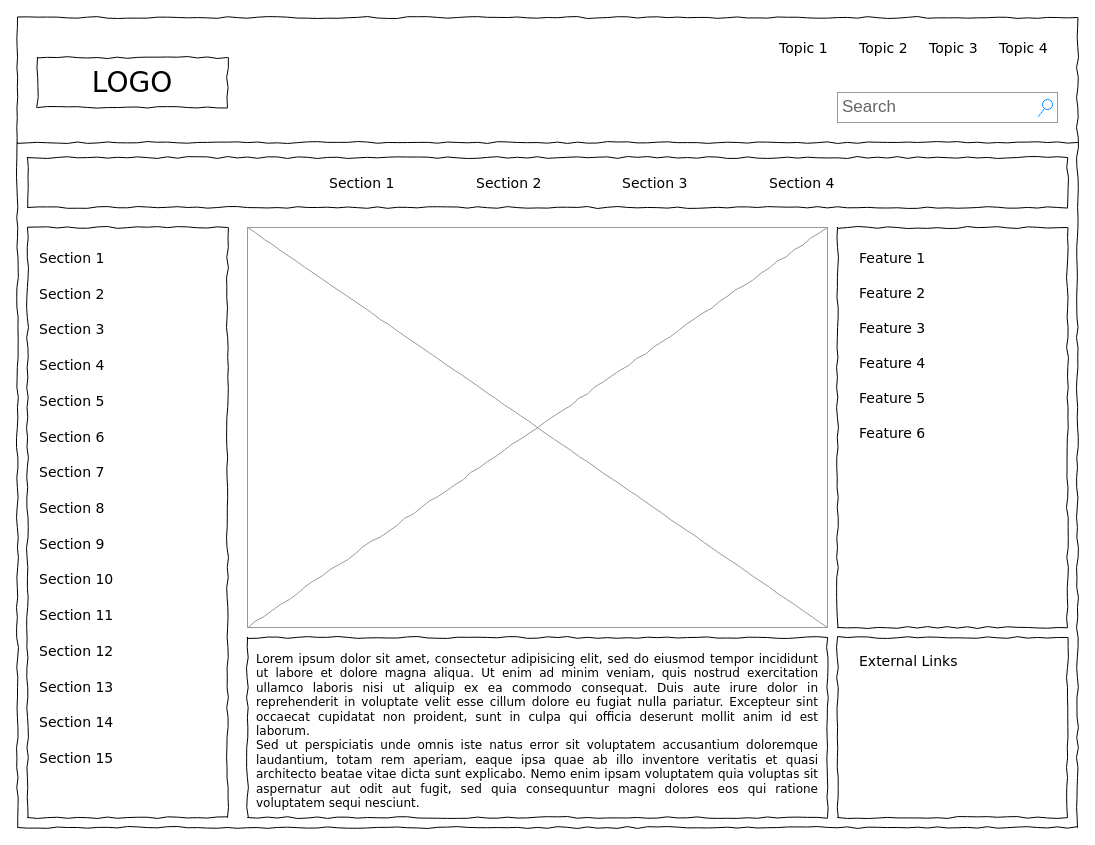
Before: vizytka_liv.drawio in ivanlokh/vizytka_liv, a draw.io diagram. Source tidied: cells renumbered, new cells numbered last; positions are measured from the earlier drawing's top-left corner, leaving out a move shared by most shapes. Both pictures are drawn from the tidied source at 100%, with x=0, y=0 at pixel (17, 17).
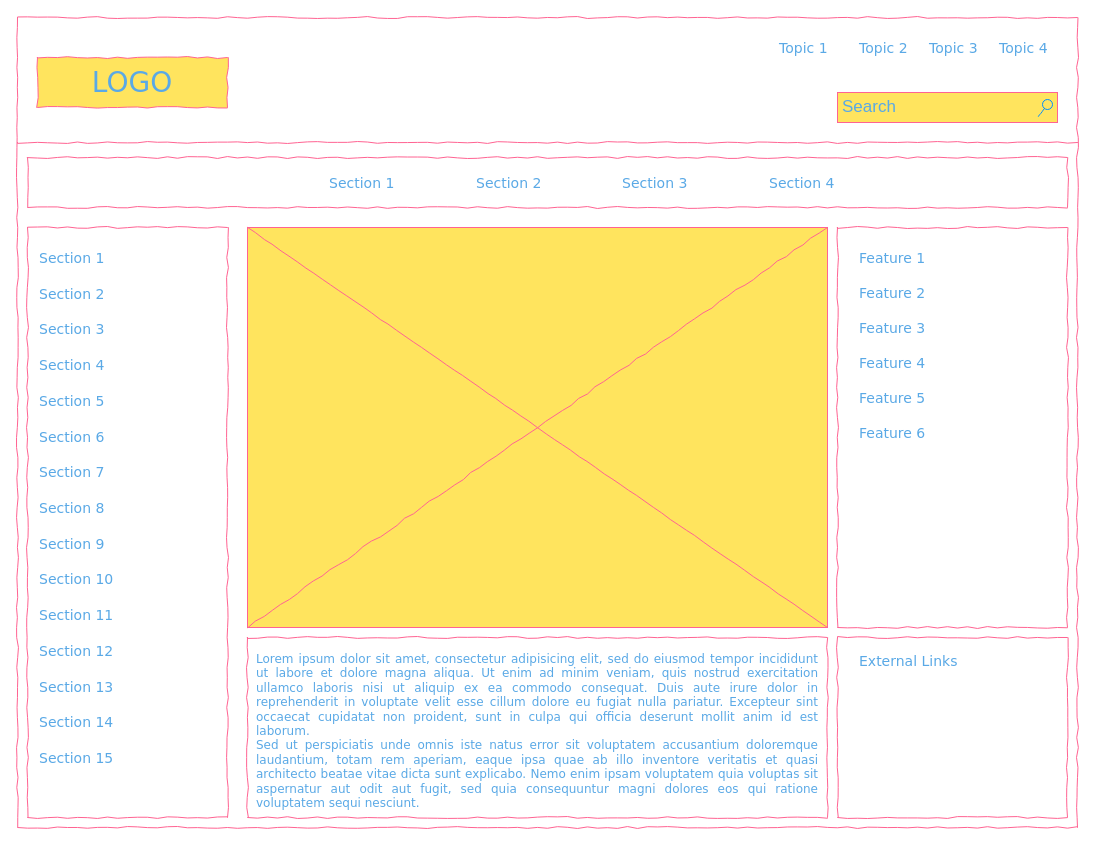
The same diagram, later.

Diff of the diagram source:
```diff
@@
-    <mxCell id="2" style="whiteSpace=wrap;html=1;rounded=0;shadow=0;labelBackgroundColor=none;strokeColor=#000000;strokeWidth=1;fillColor=none;fontFamily=Verdana;fontSize=12;fontColor=#000000;align=center;comic=1;" parent="1" vertex="1">
+    <mxCell id="2" style="whiteSpace=wrap;html=1;rounded=0;shadow=0;labelBackgroundColor=none;strokeColor=#FF6392;strokeWidth=1;fillColor=none;fontFamily=Verdana;fontSize=12;fontColor=#5AA9E6;align=center;comic=1;" parent="1" vertex="1">
       <mxGeometry width="1060" height="810" as="geometry" />
     </mxCell>
-    <mxCell id="3" value="LOGO" style="whiteSpace=wrap;html=1;rounded=0;shadow=0;labelBackgroundColor=none;strokeWidth=1;fontFamily=Verdana;fontSize=28;align=center;comic=1;" parent="1" vertex="1">
+    <mxCell id="3" value="LOGO" style="whiteSpace=wrap;html=1;rounded=0;shadow=0;labelBackgroundColor=none;strokeWidth=1;fontFamily=Verdana;fontSize=28;align=center;comic=1;fillColor=#FFE45E;strokeColor=#FF6392;fontColor=#5AA9E6;" parent="1" vertex="1">
       <mxGeometry x="20" y="40" width="190" height="50" as="geometry" />
     </mxCell>
-    <mxCell id="4" value="Search" style="strokeWidth=1;shadow=0;dashed=0;align=center;html=1;shape=mxgraph.mockup.forms.searchBox;strokeColor=#999999;mainText=;strokeColor2=#008cff;fontColor=#666666;fontSize=17;align=left;spacingLeft=3;rounded=0;labelBackgroundColor=none;comic=1;" parent="1" vertex="1">
+    <mxCell id="4" value="Search" style="strokeWidth=1;shadow=0;dashed=0;align=center;html=1;shape=mxgraph.mockup.forms.searchBox;strokeColor=#FF6392;mainText=;strokeColor2=#008cff;fontColor=#5AA9E6;fontSize=17;align=left;spacingLeft=3;rounded=0;labelBackgroundColor=none;comic=1;fillColor=#FFE45E;" parent="1" vertex="1">
       <mxGeometry x="820" y="75" width="220" height="30" as="geometry" />
     </mxCell>
-    <mxCell id="5" value="Topic 1" style="text;html=1;align=left;verticalAlign=top;spacingTop=-4;fontSize=14;fontFamily=Verdana;" parent="1" vertex="1">
+    <mxCell id="5" value="Topic 1" style="text;html=1;align=left;verticalAlign=top;spacingTop=-4;fontSize=14;fontFamily=Verdana;labelBackgroundColor=none;fontColor=#5AA9E6;" parent="1" vertex="1">
       <mxGeometry x="760" y="20" width="60" height="20" as="geometry" />
     </mxCell>
-    <mxCell id="6" value="Topic 2" style="text;html=1;align=left;verticalAlign=top;spacingTop=-4;fontSize=14;fontFamily=Verdana;" parent="1" vertex="1">
+    <mxCell id="6" value="Topic 2" style="text;html=1;align=left;verticalAlign=top;spacingTop=-4;fontSize=14;fontFamily=Verdana;labelBackgroundColor=none;fontColor=#5AA9E6;" parent="1" vertex="1">
       <mxGeometry x="840" y="20" width="60" height="20" as="geometry" />
     </mxCell>
-    <mxCell id="7" value="Topic 3" style="text;html=1;align=left;verticalAlign=top;spacingTop=-4;fontSize=14;fontFamily=Verdana;" parent="1" vertex="1">
+    <mxCell id="7" value="Topic 3" style="text;html=1;align=left;verticalAlign=top;spacingTop=-4;fontSize=14;fontFamily=Verdana;labelBackgroundColor=none;fontColor=#5AA9E6;" parent="1" vertex="1">
       <mxGeometry x="910" y="20" width="60" height="20" as="geometry" />
     </mxCell>
-    <mxCell id="8" value="Topic 4" style="text;html=1;align=left;verticalAlign=top;spacingTop=-4;fontSize=14;fontFamily=Verdana;" parent="1" vertex="1">
+    <mxCell id="8" value="Topic 4" style="text;html=1;align=left;verticalAlign=top;spacingTop=-4;fontSize=14;fontFamily=Verdana;labelBackgroundColor=none;fontColor=#5AA9E6;" parent="1" vertex="1">
       <mxGeometry x="980" y="20" width="60" height="20" as="geometry" />
     </mxCell>
-    <mxCell id="9" style="whiteSpace=wrap;html=1;rounded=0;shadow=0;labelBackgroundColor=none;strokeWidth=1;fillColor=none;fontFamily=Verdana;fontSize=12;align=center;comic=1;" parent="1" vertex="1">
+    <mxCell id="9" style="whiteSpace=wrap;html=1;rounded=0;shadow=0;labelBackgroundColor=none;strokeWidth=1;fillColor=none;fontFamily=Verdana;fontSize=12;align=center;comic=1;strokeColor=#FF6392;fontColor=#5AA9E6;" parent="1" vertex="1">
       <mxGeometry x="10" y="210" width="200" height="590" as="geometry" />
     </mxCell>
-    <mxCell id="10" style="line;strokeWidth=1;html=1;rounded=0;shadow=0;labelBackgroundColor=none;fillColor=none;fontFamily=Verdana;fontSize=14;fontColor=#000000;align=center;comic=1;" parent="1" vertex="1">
+    <mxCell id="10" style="line;strokeWidth=1;html=1;rounded=0;shadow=0;labelBackgroundColor=none;fillColor=none;fontFamily=Verdana;fontSize=14;fontColor=#5AA9E6;align=center;comic=1;strokeColor=#FF6392;" parent="1" vertex="1">
       <mxGeometry y="120" width="1060" height="10" as="geometry" />
     </mxCell>
-    <mxCell id="11" style="whiteSpace=wrap;html=1;rounded=0;shadow=0;labelBackgroundColor=none;strokeWidth=1;fillColor=none;fontFamily=Verdana;fontSize=12;align=center;comic=1;" parent="1" vertex="1">
+    <mxCell id="11" style="whiteSpace=wrap;html=1;rounded=0;shadow=0;labelBackgroundColor=none;strokeWidth=1;fillColor=none;fontFamily=Verdana;fontSize=12;align=center;comic=1;strokeColor=#FF6392;fontColor=#5AA9E6;" parent="1" vertex="1">
       <mxGeometry x="10" y="140" width="1040" height="50" as="geometry" />
     </mxCell>
-    <mxCell id="12" value="Section 1" style="text;html=1;align=left;verticalAlign=top;spacingTop=-4;fontSize=14;fontFamily=Verdana;" parent="1" vertex="1">
+    <mxCell id="12" value="Section 1" style="text;html=1;align=left;verticalAlign=top;spacingTop=-4;fontSize=14;fontFamily=Verdana;labelBackgroundColor=none;fontColor=#5AA9E6;" parent="1" vertex="1">
       <mxGeometry x="310" y="155" width="60" height="20" as="geometry" />
     </mxCell>
-    <mxCell id="13" value="Section 2" style="text;html=1;align=left;verticalAlign=top;spacingTop=-4;fontSize=14;fontFamily=Verdana;" parent="1" vertex="1">
+    <mxCell id="13" value="Section 2" style="text;html=1;align=left;verticalAlign=top;spacingTop=-4;fontSize=14;fontFamily=Verdana;labelBackgroundColor=none;fontColor=#5AA9E6;" parent="1" vertex="1">
       <mxGeometry x="457" y="155" width="60" height="20" as="geometry" />
     </mxCell>
-    <mxCell id="14" value="Section 3" style="text;html=1;align=left;verticalAlign=top;spacingTop=-4;fontSize=14;fontFamily=Verdana;" parent="1" vertex="1">
+    <mxCell id="14" value="Section 3" style="text;html=1;align=left;verticalAlign=top;spacingTop=-4;fontSize=14;fontFamily=Verdana;labelBackgroundColor=none;fontColor=#5AA9E6;" parent="1" vertex="1">
       <mxGeometry x="603" y="155" width="60" height="20" as="geometry" />
     </mxCell>
-    <mxCell id="15" value="Section 4" style="text;html=1;align=left;verticalAlign=top;spacingTop=-4;fontSize=14;fontFamily=Verdana;" parent="1" vertex="1">
+    <mxCell id="15" value="Section 4" style="text;html=1;align=left;verticalAlign=top;spacingTop=-4;fontSize=14;fontFamily=Verdana;labelBackgroundColor=none;fontColor=#5AA9E6;" parent="1" vertex="1">
       <mxGeometry x="750" y="155" width="60" height="20" as="geometry" />
     </mxCell>
-    <mxCell id="16" value="&lt;div style=&quot;text-align: justify&quot;&gt;&lt;span&gt;Lorem ipsum dolor sit amet, consectetur adipisicing elit, sed do eiusmod tempor incididunt ut labore et dolore magna aliqua. Ut enim ad minim veniam, quis nostrud exercitation ullamco laboris nisi ut aliquip ex ea commodo consequat. Duis aute irure dolor in reprehenderit in voluptate velit esse cillum dolore eu fugiat nulla pariatur. Excepteur sint occaecat cupidatat non proident, sunt in culpa qui officia deserunt mollit anim id est laborum.&lt;/span&gt;&lt;/div&gt;&lt;div style=&quot;text-align: justify&quot;&gt;&lt;span&gt;Sed ut perspiciatis unde omnis iste natus error sit voluptatem accusantium doloremque laudantium, totam rem aperiam, eaque ipsa quae ab illo inventore veritatis et quasi architecto beatae vitae dicta sunt explicabo. Nemo enim ipsam voluptatem quia voluptas sit aspernatur aut odit aut fugit, sed quia consequuntur magni dolores eos qui ratione voluptatem sequi nesciunt.&amp;nbsp;&lt;/span&gt;&lt;/div&gt;" style="whiteSpace=wrap;html=1;rounded=0;shadow=0;labelBackgroundColor=none;strokeWidth=1;fillColor=none;fontFamily=Verdana;fontSize=12;align=center;verticalAlign=top;spacing=10;comic=1;" parent="1" vertex="1">
+    <mxCell id="16" value="&lt;div style=&quot;text-align: justify&quot;&gt;&lt;span&gt;Lorem ipsum dolor sit amet, consectetur adipisicing elit, sed do eiusmod tempor incididunt ut labore et dolore magna aliqua. Ut enim ad minim veniam, quis nostrud exercitation ullamco laboris nisi ut aliquip ex ea commodo consequat. Duis aute irure dolor in reprehenderit in voluptate velit esse cillum dolore eu fugiat nulla pariatur. Excepteur sint occaecat cupidatat non proident, sunt in culpa qui officia deserunt mollit anim id est laborum.&lt;/span&gt;&lt;/div&gt;&lt;div style=&quot;text-align: justify&quot;&gt;&lt;span&gt;Sed ut perspiciatis unde omnis iste natus error sit voluptatem accusantium doloremque laudantium, totam rem aperiam, eaque ipsa quae ab illo inventore veritatis et quasi architecto beatae vitae dicta sunt explicabo. Nemo enim ipsam voluptatem quia voluptas sit aspernatur aut odit aut fugit, sed quia consequuntur magni dolores eos qui ratione voluptatem sequi nesciunt.&amp;nbsp;&lt;/span&gt;&lt;/div&gt;" style="whiteSpace=wrap;html=1;rounded=0;shadow=0;labelBackgroundColor=none;strokeWidth=1;fillColor=none;fontFamily=Verdana;fontSize=12;align=center;verticalAlign=top;spacing=10;comic=1;strokeColor=#FF6392;fontColor=#5AA9E6;" parent="1" vertex="1">
       <mxGeometry x="230" y="620" width="580" height="180" as="geometry" />
     </mxCell>
-    <mxCell id="17" style="verticalLabelPosition=bottom;shadow=0;dashed=0;align=center;html=1;verticalAlign=top;strokeWidth=1;shape=mxgraph.mockup.graphics.simpleIcon;strokeColor=#999999;rounded=0;labelBackgroundColor=none;fontFamily=Verdana;fontSize=14;fontColor=#000000;comic=1;" parent="1" vertex="1">
+    <mxCell id="17" style="verticalLabelPosition=bottom;shadow=0;dashed=0;align=center;html=1;verticalAlign=top;strokeWidth=1;shape=mxgraph.mockup.graphics.simpleIcon;strokeColor=#FF6392;rounded=0;labelBackgroundColor=none;fontFamily=Verdana;fontSize=14;fontColor=#5AA9E6;comic=1;fillColor=#FFE45E;" parent="1" vertex="1">
       <mxGeometry x="230" y="210" width="580" height="400" as="geometry" />
     </mxCell>
-    <mxCell id="18" style="whiteSpace=wrap;html=1;rounded=0;shadow=0;labelBackgroundColor=none;strokeWidth=1;fillColor=none;fontFamily=Verdana;fontSize=12;align=center;comic=1;" parent="1" vertex="1">
+    <mxCell id="18" style="whiteSpace=wrap;html=1;rounded=0;shadow=0;labelBackgroundColor=none;strokeWidth=1;fillColor=none;fontFamily=Verdana;fontSize=12;align=center;comic=1;strokeColor=#FF6392;fontColor=#5AA9E6;" parent="1" vertex="1">
       <mxGeometry x="820" y="210" width="230" height="400" as="geometry" />
     </mxCell>
-    <mxCell id="19" style="whiteSpace=wrap;html=1;rounded=0;shadow=0;labelBackgroundColor=none;strokeWidth=1;fillColor=none;fontFamily=Verdana;fontSize=12;align=center;comic=1;" parent="1" vertex="1">
+    <mxCell id="19" style="whiteSpace=wrap;html=1;rounded=0;shadow=0;labelBackgroundColor=none;strokeWidth=1;fillColor=none;fontFamily=Verdana;fontSize=12;align=center;comic=1;strokeColor=#FF6392;fontColor=#5AA9E6;" parent="1" vertex="1">
       <mxGeometry x="820" y="620" width="230" height="180" as="geometry" />
     </mxCell>
-    <mxCell id="20" value="Section 1" style="text;html=1;align=left;verticalAlign=top;spacingTop=-4;fontSize=14;fontFamily=Verdana;" parent="1" vertex="1">
+    <mxCell id="20" value="Section 1" style="text;html=1;align=left;verticalAlign=top;spacingTop=-4;fontSize=14;fontFamily=Verdana;labelBackgroundColor=none;fontColor=#5AA9E6;" parent="1" vertex="1">
       <mxGeometry x="20" y="230" width="170" height="20" as="geometry" />
     </mxCell>
-    <mxCell id="21" value="Section 2" style="text;html=1;align=left;verticalAlign=top;spacingTop=-4;fontSize=14;fontFamily=Verdana;" parent="1" vertex="1">
+    <mxCell id="21" value="Section 2" style="text;html=1;align=left;verticalAlign=top;spacingTop=-4;fontSize=14;fontFamily=Verdana;labelBackgroundColor=none;fontColor=#5AA9E6;" parent="1" vertex="1">
       <mxGeometry x="20" y="266" width="170" height="20" as="geometry" />
     </mxCell>
-    <mxCell id="22" value="Section 3" style="text;html=1;align=left;verticalAlign=top;spacingTop=-4;fontSize=14;fontFamily=Verdana;" parent="1" vertex="1">
+    <mxCell id="22" value="Section 3" style="text;html=1;align=left;verticalAlign=top;spacingTop=-4;fontSize=14;fontFamily=Verdana;labelBackgroundColor=none;fontColor=#5AA9E6;" parent="1" vertex="1">
       <mxGeometry x="20" y="301" width="170" height="20" as="geometry" />
     </mxCell>
-    <mxCell id="23" value="Section 4" style="text;html=1;align=left;verticalAlign=top;spacingTop=-4;fontSize=14;fontFamily=Verdana;" parent="1" vertex="1">
+    <mxCell id="23" value="Section 4" style="text;html=1;align=left;verticalAlign=top;spacingTop=-4;fontSize=14;fontFamily=Verdana;labelBackgroundColor=none;fontColor=#5AA9E6;" parent="1" vertex="1">
       <mxGeometry x="20" y="337" width="170" height="20" as="geometry" />
     </mxCell>
-    <mxCell id="24" value="Section 7" style="text;html=1;align=left;verticalAlign=top;spacingTop=-4;fontSize=14;fontFamily=Verdana;" parent="1" vertex="1">
+    <mxCell id="24" value="Section 7" style="text;html=1;align=left;verticalAlign=top;spacingTop=-4;fontSize=14;fontFamily=Verdana;labelBackgroundColor=none;fontColor=#5AA9E6;" parent="1" vertex="1">
       <mxGeometry x="20" y="444" width="170" height="20" as="geometry" />
     </mxCell>
-    <mxCell id="25" value="Section 8" style="text;html=1;align=left;verticalAlign=top;spacingTop=-4;fontSize=14;fontFamily=Verdana;" parent="1" vertex="1">
+    <mxCell id="25" value="Section 8" style="text;html=1;align=left;verticalAlign=top;spacingTop=-4;fontSize=14;fontFamily=Verdana;labelBackgroundColor=none;fontColor=#5AA9E6;" parent="1" vertex="1">
       <mxGeometry x="20" y="480" width="170" height="20" as="geometry" />
     </mxCell>
-    <mxCell id="26" value="Section 9" style="text;html=1;align=left;verticalAlign=top;spacingTop=-4;fontSize=14;fontFamily=Verdana;" parent="1" vertex="1">
+    <mxCell id="26" value="Section 9" style="text;html=1;align=left;verticalAlign=top;spacingTop=-4;fontSize=14;fontFamily=Verdana;labelBackgroundColor=none;fontColor=#5AA9E6;" parent="1" vertex="1">
       <mxGeometry x="20" y="516" width="170" height="20" as="geometry" />
     </mxCell>
-    <mxCell id="27" value="Section 10" style="text;html=1;align=left;verticalAlign=top;spacingTop=-4;fontSize=14;fontFamily=Verdana;" parent="1" vertex="1">
+    <mxCell id="27" value="Section 10" style="text;html=1;align=left;verticalAlign=top;spacingTop=-4;fontSize=14;fontFamily=Verdana;labelBackgroundColor=none;fontColor=#5AA9E6;" parent="1" vertex="1">
       <mxGeometry x="20" y="551" width="170" height="20" as="geometry" />
     </mxCell>
-    <mxCell id="28" value="Section 11" style="text;html=1;align=left;verticalAlign=top;spacingTop=-4;fontSize=14;fontFamily=Verdana;" parent="1" vertex="1">
+    <mxCell id="28" value="Section 11" style="text;html=1;align=left;verticalAlign=top;spacingTop=-4;fontSize=14;fontFamily=Verdana;labelBackgroundColor=none;fontColor=#5AA9E6;" parent="1" vertex="1">
       <mxGeometry x="20" y="587" width="170" height="20" as="geometry" />
     </mxCell>
-    <mxCell id="29" value="Section 12" style="text;html=1;align=left;verticalAlign=top;spacingTop=-4;fontSize=14;fontFamily=Verdana;" parent="1" vertex="1">
+    <mxCell id="29" value="Section 12" style="text;html=1;align=left;verticalAlign=top;spacingTop=-4;fontSize=14;fontFamily=Verdana;labelBackgroundColor=none;fontColor=#5AA9E6;" parent="1" vertex="1">
       <mxGeometry x="20" y="623" width="170" height="20" as="geometry" />
     </mxCell>
-    <mxCell id="30" value="Section 13" style="text;html=1;align=left;verticalAlign=top;spacingTop=-4;fontSize=14;fontFamily=Verdana;" parent="1" vertex="1">
+    <mxCell id="30" value="Section 13" style="text;html=1;align=left;verticalAlign=top;spacingTop=-4;fontSize=14;fontFamily=Verdana;labelBackgroundColor=none;fontColor=#5AA9E6;" parent="1" vertex="1">
       <mxGeometry x="20" y="659" width="170" height="20" as="geometry" />
     </mxCell>
-    <mxCell id="31" value="Section 14" style="text;html=1;align=left;verticalAlign=top;spacingTop=-4;fontSize=14;fontFamily=Verdana;" parent="1" vertex="1">
+    <mxCell id="31" value="Section 14" style="text;html=1;align=left;verticalAlign=top;spacingTop=-4;fontSize=14;fontFamily=Verdana;labelBackgroundColor=none;fontColor=#5AA9E6;" parent="1" vertex="1">
       <mxGeometry x="20" y="694" width="170" height="20" as="geometry" />
     </mxCell>
-    <mxCell id="32" value="Section 5" style="text;html=1;align=left;verticalAlign=top;spacingTop=-4;fontSize=14;fontFamily=Verdana;" parent="1" vertex="1">
+    <mxCell id="32" value="Section 5" style="text;html=1;align=left;verticalAlign=top;spacingTop=-4;fontSize=14;fontFamily=Verdana;labelBackgroundColor=none;fontColor=#5AA9E6;" parent="1" vertex="1">
       <mxGeometry x="20" y="373" width="170" height="20" as="geometry" />
     </mxCell>
-    <mxCell id="33" value="Section 6" style="text;html=1;align=left;verticalAlign=top;spacingTop=-4;fontSize=14;fontFamily=Verdana;" parent="1" vertex="1">
+    <mxCell id="33" value="Section 6" style="text;html=1;align=left;verticalAlign=top;spacingTop=-4;fontSize=14;fontFamily=Verdana;labelBackgroundColor=none;fontColor=#5AA9E6;" parent="1" vertex="1">
       <mxGeometry x="20" y="409" width="170" height="20" as="geometry" />
     </mxCell>
-    <mxCell id="34" value="Section 15" style="text;html=1;align=left;verticalAlign=top;spacingTop=-4;fontSize=14;fontFamily=Verdana;" parent="1" vertex="1">
+    <mxCell id="34" value="Section 15" style="text;html=1;align=left;verticalAlign=top;spacingTop=-4;fontSize=14;fontFamily=Verdana;labelBackgroundColor=none;fontColor=#5AA9E6;" parent="1" vertex="1">
       <mxGeometry x="20" y="730" width="170" height="20" as="geometry" />
     </mxCell>
-    <mxCell id="35" value="External Links" style="text;html=1;align=left;verticalAlign=top;spacingTop=-4;fontSize=14;fontFamily=Verdana;" parent="1" vertex="1">
+    <mxCell id="35" value="External Links" style="text;html=1;align=left;verticalAlign=top;spacingTop=-4;fontSize=14;fontFamily=Verdana;labelBackgroundColor=none;fontColor=#5AA9E6;" parent="1" vertex="1">
       <mxGeometry x="840" y="633" width="170" height="20" as="geometry" />
     </mxCell>
-    <mxCell id="36" value="Feature 1" style="text;html=1;align=left;verticalAlign=top;spacingTop=-4;fontSize=14;fontFamily=Verdana;" parent="1" vertex="1">
+    <mxCell id="36" value="Feature 1" style="text;html=1;align=left;verticalAlign=top;spacingTop=-4;fontSize=14;fontFamily=Verdana;labelBackgroundColor=none;fontColor=#5AA9E6;" parent="1" vertex="1">
       <mxGeometry x="840" y="230" width="170" height="20" as="geometry" />
     </mxCell>
-    <mxCell id="37" value="Feature 2" style="text;html=1;align=left;verticalAlign=top;spacingTop=-4;fontSize=14;fontFamily=Verdana;" parent="1" vertex="1">
+    <mxCell id="37" value="Feature 2" style="text;html=1;align=left;verticalAlign=top;spacingTop=-4;fontSize=14;fontFamily=Verdana;labelBackgroundColor=none;fontColor=#5AA9E6;" parent="1" vertex="1">
       <mxGeometry x="840" y="265" width="170" height="20" as="geometry" />
     </mxCell>
-    <mxCell id="38" value="Feature 3" style="text;html=1;align=left;verticalAlign=top;spacingTop=-4;fontSize=14;fontFamily=Verdana;" parent="1" vertex="1">
+    <mxCell id="38" value="Feature 3" style="text;html=1;align=left;verticalAlign=top;spacingTop=-4;fontSize=14;fontFamily=Verdana;labelBackgroundColor=none;fontColor=#5AA9E6;" parent="1" vertex="1">
       <mxGeometry x="840" y="300" width="170" height="20" as="geometry" />
     </mxCell>
-    <mxCell id="39" value="Feature 4" style="text;html=1;align=left;verticalAlign=top;spacingTop=-4;fontSize=14;fontFamily=Verdana;" parent="1" vertex="1">
+    <mxCell id="39" value="Feature 4" style="text;html=1;align=left;verticalAlign=top;spacingTop=-4;fontSize=14;fontFamily=Verdana;labelBackgroundColor=none;fontColor=#5AA9E6;" parent="1" vertex="1">
       <mxGeometry x="840" y="335" width="170" height="20" as="geometry" />
     </mxCell>
-    <mxCell id="40" value="Feature 5" style="text;html=1;align=left;verticalAlign=top;spacingTop=-4;fontSize=14;fontFamily=Verdana;" parent="1" vertex="1">
+    <mxCell id="40" value="Feature 5" style="text;html=1;align=left;verticalAlign=top;spacingTop=-4;fontSize=14;fontFamily=Verdana;labelBackgroundColor=none;fontColor=#5AA9E6;" parent="1" vertex="1">
       <mxGeometry x="840" y="370" width="170" height="20" as="geometry" />
     </mxCell>
-    <mxCell id="41" value="Feature 6" style="text;html=1;align=left;verticalAlign=top;spacingTop=-4;fontSize=14;fontFamily=Verdana;" parent="1" vertex="1">
+    <mxCell id="41" value="Feature 6" style="text;html=1;align=left;verticalAlign=top;spacingTop=-4;fontSize=14;fontFamily=Verdana;labelBackgroundColor=none;fontColor=#5AA9E6;" parent="1" vertex="1">
       <mxGeometry x="840" y="405" width="170" height="20" as="geometry" />
     </mxCell>
```
